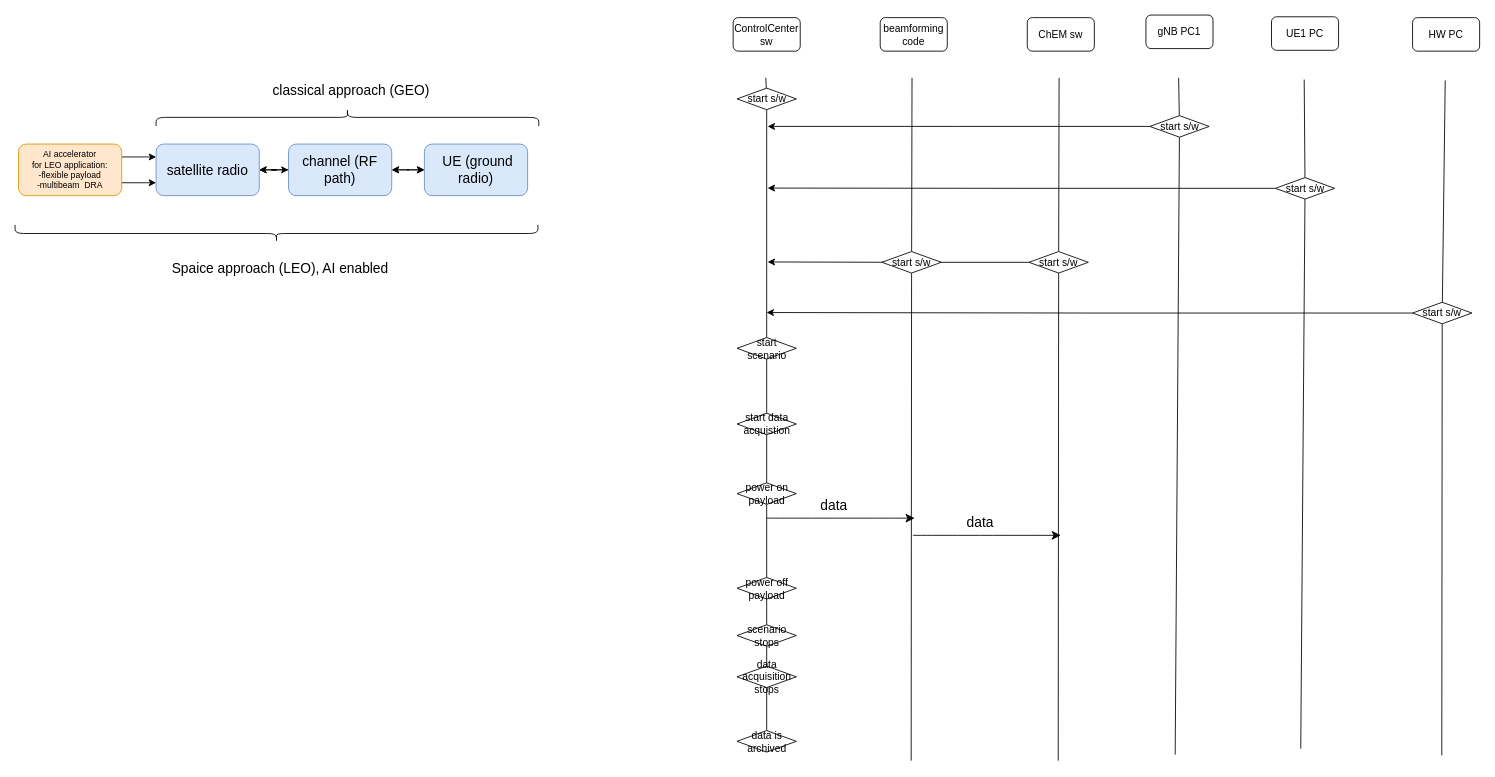
This is spaice.drawio from JanThoemel/drawIO, a draw.io file, before an edit. Source tidied: cells renumbered, new cells numbered last; positions are measured from the earlier drawing's top-left corner, leaving out a move shared by most shapes. Both pictures are drawn from the tidied source at 86%, with x=0, y=0 at pixel (18, -74).
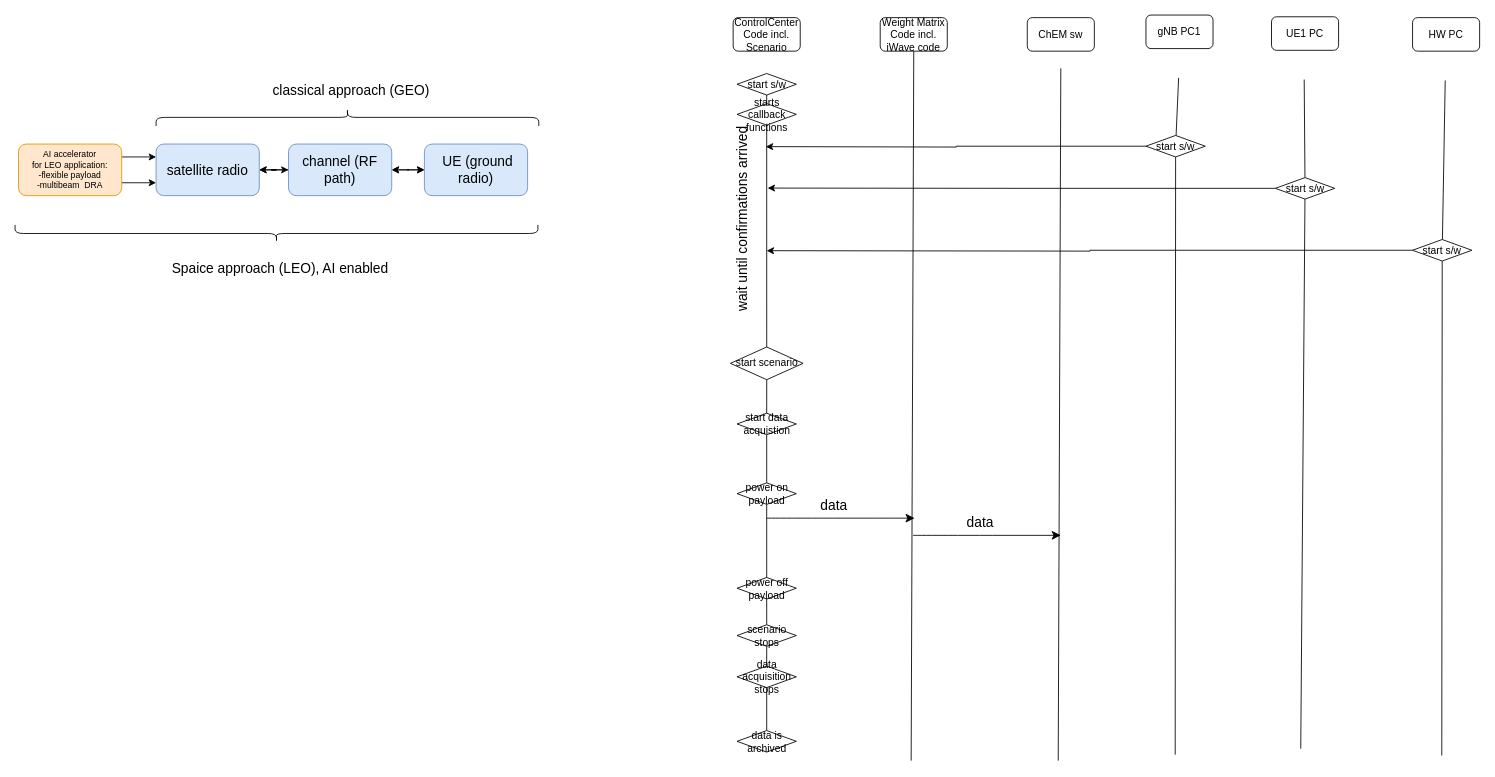
After the change.

Diff of the diagram source:
```diff
@@
-    <mxCell id="17" style="endArrow=none;html=1;rounded=0;" parent="1" edge="1" source="30">
-      <mxGeometry relative="1" as="geometry">
-        <mxPoint x="1210" y="176" as="targetPoint" />
-      </mxGeometry>
-    </mxCell>
@@
-    <mxCell id="19" value="ControlCenter sw" style="rounded=1;whiteSpace=wrap;html=1;" parent="1" vertex="1">
+    <mxCell id="19" value="ControlCenter Code incl. Scenario" style="rounded=1;whiteSpace=wrap;html=1;" parent="1" vertex="1">
       <mxGeometry x="831" y="106" width="78" height="39" as="geometry" />
     </mxCell>
@@
     <mxCell id="27" value="start scenario" style="rhombus;whiteSpace=wrap;html=1;" parent="1" vertex="1">
-      <mxGeometry x="835.5" y="478" width="69" height="25" as="geometry" />
+      <mxGeometry x="827.8" y="489" width="84.5" height="38" as="geometry" />
     </mxCell>
-    <mxCell id="28" style="endArrow=none;html=1;rounded=0;" parent="1" edge="1" target="30">
+    <mxCell id="28" style="endArrow=none;html=1;rounded=0;" parent="1" edge="1">
       <mxGeometry relative="1" as="geometry">
         <mxPoint x="1209" y="970" as="sourcePoint" />
+        <mxPoint x="1212" y="165" as="targetPoint" />
       </mxGeometry>
     </mxCell>
-    <mxCell id="29" style="edgeStyle=orthogonalEdgeStyle;rounded=0;jettySize=auto;html=1;exitX=0;exitY=0.5;exitDx=0;exitDy=0;" parent="1" edge="1" source="30">
-      <mxGeometry relative="1" as="geometry">
-        <mxPoint x="871.1" y="390.1" as="targetPoint" />
-      </mxGeometry>
-    </mxCell>
-    <mxCell id="30" value="start s/w" style="rhombus;whiteSpace=wrap;html=1;" parent="1" vertex="1">
-      <mxGeometry x="1175" y="378" width="69" height="25" as="geometry" />
-    </mxCell>
@@
     <mxCell id="32" style="edgeStyle=orthogonalEdgeStyle;rounded=0;jettySize=auto;html=1;exitX=0;exitY=0.5;exitDx=0;exitDy=0;" parent="1" edge="1" source="33">
       <mxGeometry relative="1" as="geometry">
-        <mxPoint x="871.1" y="232.5" as="targetPoint" />
+        <mxPoint x="869" y="256" as="targetPoint" />
       </mxGeometry>
     </mxCell>
     <mxCell id="33" value="start s/w" style="rhombus;whiteSpace=wrap;html=1;" parent="1" vertex="1">
-      <mxGeometry x="1315.5" y="220" width="69" height="25" as="geometry" />
+      <mxGeometry x="1311" y="243" width="69" height="25" as="geometry" />
     </mxCell>
@@
     <mxCell id="38" style="edgeStyle=orthogonalEdgeStyle;rounded=0;jettySize=auto;html=1;exitX=0;exitY=0.5;exitDx=0;exitDy=0;" parent="1" edge="1" source="39">
       <mxGeometry relative="1" as="geometry">
-        <mxPoint x="869.9" y="448.9" as="targetPoint" />
+        <mxPoint x="870" y="377" as="targetPoint" />
       </mxGeometry>
     </mxCell>
     <mxCell id="39" value="start s/w" style="rhombus;whiteSpace=wrap;html=1;" parent="1" vertex="1">
-      <mxGeometry x="1621" y="437" width="69" height="25" as="geometry" />
+      <mxGeometry x="1621" y="364" width="69" height="25" as="geometry" />
     </mxCell>
@@
     <mxCell id="51" value="start s/w" style="rhombus;whiteSpace=wrap;html=1;" parent="1" vertex="1">
-      <mxGeometry x="835.5" y="188" width="69" height="25" as="geometry" />
+      <mxGeometry x="835.5" y="171" width="69" height="25" as="geometry" />
     </mxCell>
@@
-    <mxCell id="54" style="endArrow=none;html=1;rounded=0;" parent="1" edge="1" source="57">
-      <mxGeometry relative="1" as="geometry">
-        <mxPoint x="1039" y="176" as="targetPoint" />
-      </mxGeometry>
-    </mxCell>
-    <mxCell id="55" value="beamforming code" style="rounded=1;whiteSpace=wrap;html=1;" parent="1" vertex="1">
+    <mxCell id="55" value="Weight Matrix Code incl. iWave code" style="rounded=1;whiteSpace=wrap;html=1;" parent="1" vertex="1">
       <mxGeometry x="1002" y="106" width="78" height="39" as="geometry" />
     </mxCell>
-    <mxCell id="56" style="endArrow=none;html=1;rounded=0;" parent="1" edge="1" target="57">
+    <mxCell id="56" style="endArrow=none;html=1;rounded=0;entryX=0.5;entryY=1;entryDx=0;entryDy=0;" parent="1" edge="1" target="55">
       <mxGeometry relative="1" as="geometry">
         <mxPoint x="1038" y="970" as="sourcePoint" />
       </mxGeometry>
     </mxCell>
-    <mxCell id="57" value="start s/w" style="rhombus;whiteSpace=wrap;html=1;" parent="1" vertex="1">
-      <mxGeometry x="1004" y="378" width="69" height="25" as="geometry" />
-    </mxCell>
@@
+    <mxCell id="61" value="wait until confirmations arrived" style="text;html=1;align=center;verticalAlign=middle;whiteSpace=wrap;rounded=0;fontSize=16;rotation=-90;" parent="1" vertex="1">
+      <mxGeometry x="723" y="325" width="238" height="30" as="geometry" />
+    </mxCell>
+    <mxCell id="62" value="starts callback functions" style="rhombus;whiteSpace=wrap;html=1;" parent="1" vertex="1">
+      <mxGeometry x="835.5" y="206" width="69" height="25" as="geometry" />
+    </mxCell>
```
